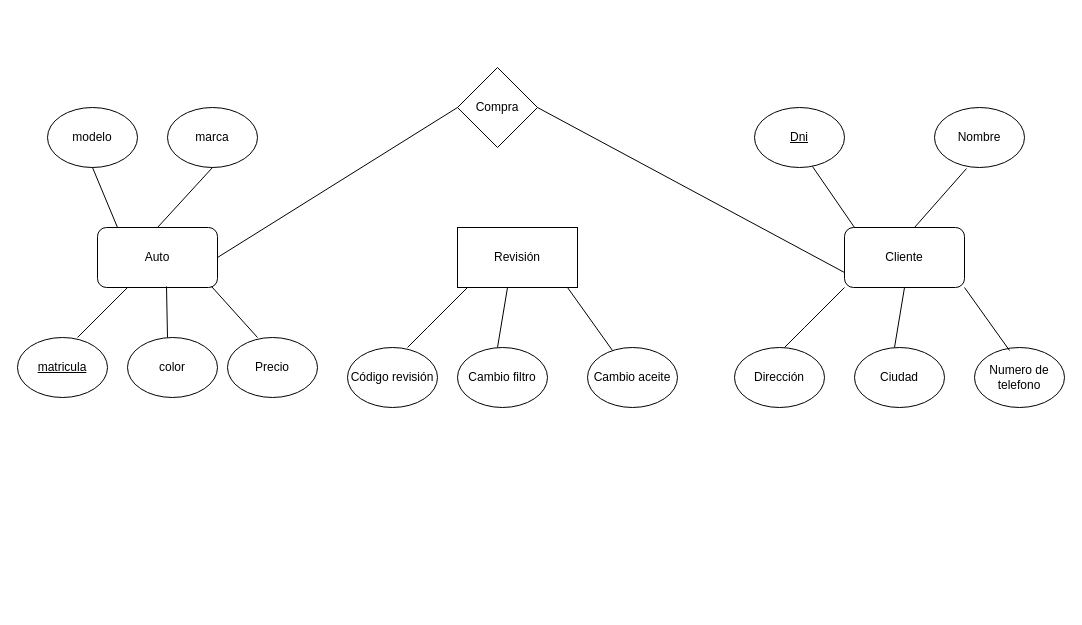
The draw.io diagram Diagrama sin título.drawio in kevinld93/Diagramas, before the edit. Source tidied: cells renumbered, new cells numbered last; positions are measured from the earlier drawing's top-left corner, leaving out a move shared by most shapes. Both pictures are drawn from the tidied source at 100%, with x=0, y=0 at pixel (17, 67).
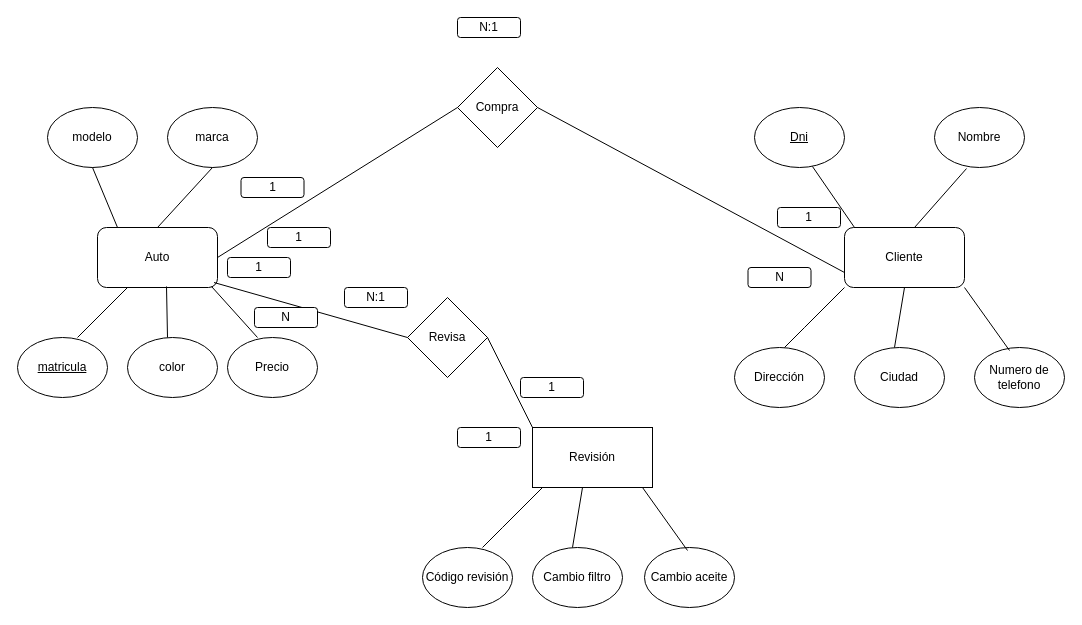
The same diagram, later.

What changed in the source:
```diff
@@
     <mxCell id="24" value="Revisión" style="rounded=0;whiteSpace=wrap;html=1;" parent="1" vertex="1">
-      <mxGeometry x="440" y="160" width="120" height="60" as="geometry" />
+      <mxGeometry x="515" y="360" width="120" height="60" as="geometry" />
     </mxCell>
     <mxCell id="25" value="Código revisión" style="ellipse;whiteSpace=wrap;html=1;" parent="1" vertex="1">
-      <mxGeometry x="330" y="280" width="90" height="60" as="geometry" />
+      <mxGeometry x="405" y="480" width="90" height="60" as="geometry" />
     </mxCell>
     <mxCell id="26" value="Cambio filtro" style="ellipse;whiteSpace=wrap;html=1;" parent="1" vertex="1">
-      <mxGeometry x="440" y="280" width="90" height="60" as="geometry" />
+      <mxGeometry x="515" y="480" width="90" height="60" as="geometry" />
     </mxCell>
     <mxCell id="27" value="Cambio aceite" style="ellipse;whiteSpace=wrap;html=1;" parent="1" vertex="1">
-      <mxGeometry x="570" y="280" width="90" height="60" as="geometry" />
+      <mxGeometry x="627" y="480" width="90" height="60" as="geometry" />
     </mxCell>
     <mxCell id="28" style="endArrow=none;html=1;rounded=0;entryX=1;entryY=1;entryDx=0;entryDy=0;exitX=0.389;exitY=0.05;exitDx=0;exitDy=0;exitPerimeter=0;" parent="1" edge="1">
       <mxGeometry relative="1" as="geometry">
-        <mxPoint x="595" y="283" as="sourcePoint" />
-        <mxPoint x="550" y="220" as="targetPoint" />
+        <mxPoint x="670" y="483" as="sourcePoint" />
+        <mxPoint x="625" y="420" as="targetPoint" />
       </mxGeometry>
     </mxCell>
     <mxCell id="29" style="endArrow=none;html=1;rounded=0;entryX=0.5;entryY=1;entryDx=0;entryDy=0;" parent="1" edge="1">
       <mxGeometry relative="1" as="geometry">
-        <mxPoint x="480" y="280" as="sourcePoint" />
-        <mxPoint x="490" y="220" as="targetPoint" />
+        <mxPoint x="555" y="480" as="sourcePoint" />
+        <mxPoint x="565" y="420" as="targetPoint" />
       </mxGeometry>
     </mxCell>
     <mxCell id="30" style="endArrow=none;html=1;rounded=0;entryX=0;entryY=1;entryDx=0;entryDy=0;" parent="1" edge="1">
       <mxGeometry relative="1" as="geometry">
-        <mxPoint x="390" y="280" as="sourcePoint" />
-        <mxPoint x="450" y="220" as="targetPoint" />
+        <mxPoint x="465" y="480" as="sourcePoint" />
+        <mxPoint x="525" y="420" as="targetPoint" />
         <Array as="points">
-          <mxPoint x="410" y="260" />
+          <mxPoint x="485" y="460" />
         </Array>
       </mxGeometry>
     </mxCell>
@@
+    <mxCell id="34" value="1" style="rounded=1;whiteSpace=wrap;html=1;" parent="1" vertex="1">
+      <mxGeometry x="760" y="140" width="63" height="20" as="geometry" />
+    </mxCell>
+    <mxCell id="35" value="1" style="rounded=1;whiteSpace=wrap;html=1;" parent="1" vertex="1">
+      <mxGeometry x="223.5" y="110" width="63" height="20" as="geometry" />
+    </mxCell>
+    <mxCell id="36" value="1" style="rounded=1;whiteSpace=wrap;html=1;" parent="1" vertex="1">
+      <mxGeometry x="250" y="160" width="63" height="20" as="geometry" />
+    </mxCell>
+    <mxCell id="37" value="N" style="rounded=1;whiteSpace=wrap;html=1;" parent="1" vertex="1">
+      <mxGeometry x="730.5" y="200" width="63" height="20" as="geometry" />
+    </mxCell>
+    <mxCell id="38" value="N:1" style="rounded=1;whiteSpace=wrap;html=1;" parent="1" vertex="1">
+      <mxGeometry x="440" y="-50" width="63" height="20" as="geometry" />
+    </mxCell>
+    <mxCell id="39" value="Revisa" style="rhombus;whiteSpace=wrap;html=1;" parent="1" vertex="1">
+      <mxGeometry x="390" y="230" width="80" height="80" as="geometry" />
+    </mxCell>
+    <mxCell id="40" style="endArrow=none;html=1;rounded=0;entryX=0;entryY=0.5;entryDx=0;entryDy=0;" parent="1" edge="1" target="39">
+      <mxGeometry relative="1" as="geometry">
+        <mxPoint x="196.5" y="215" as="sourcePoint" />
+      </mxGeometry>
+    </mxCell>
+    <mxCell id="41" value="1" style="rounded=1;whiteSpace=wrap;html=1;" parent="1" vertex="1">
+      <mxGeometry x="210" y="190" width="63" height="20" as="geometry" />
+    </mxCell>
+    <mxCell id="42" value="1" style="rounded=1;whiteSpace=wrap;html=1;" parent="1" vertex="1">
+      <mxGeometry x="503" y="310" width="63" height="20" as="geometry" />
+    </mxCell>
+    <mxCell id="43" value="N" style="rounded=1;whiteSpace=wrap;html=1;" parent="1" vertex="1">
+      <mxGeometry x="237" y="240" width="63" height="20" as="geometry" />
+    </mxCell>
+    <mxCell id="44" value="1" style="rounded=1;whiteSpace=wrap;html=1;" parent="1" vertex="1">
+      <mxGeometry x="440" y="360" width="63" height="20" as="geometry" />
+    </mxCell>
+    <mxCell id="45" value="N:1" style="rounded=1;whiteSpace=wrap;html=1;" parent="1" vertex="1">
+      <mxGeometry x="327" y="220" width="63" height="20" as="geometry" />
+    </mxCell>
+    <mxCell id="46" style="endArrow=none;html=1;rounded=0;entryX=1;entryY=0.5;entryDx=0;entryDy=0;" parent="1" edge="1" target="39">
+      <mxGeometry relative="1" as="geometry">
+        <mxPoint x="515" y="360" as="sourcePoint" />
+      </mxGeometry>
+    </mxCell>
```
